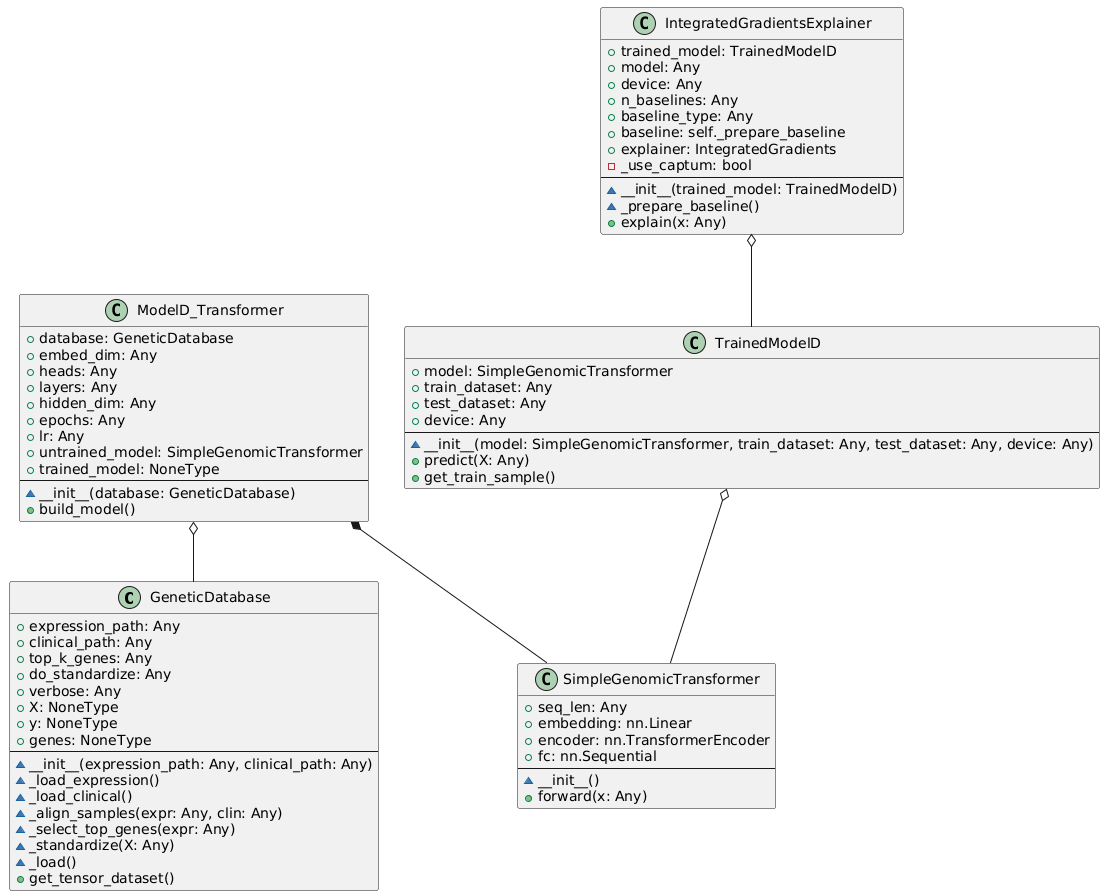
This is Other examples/Transformer + IG/genetic_ig_UMLOOModeler_diagram.png from miklotovx/UMLOOModeler, a PlantUML export, as it was before one commit.
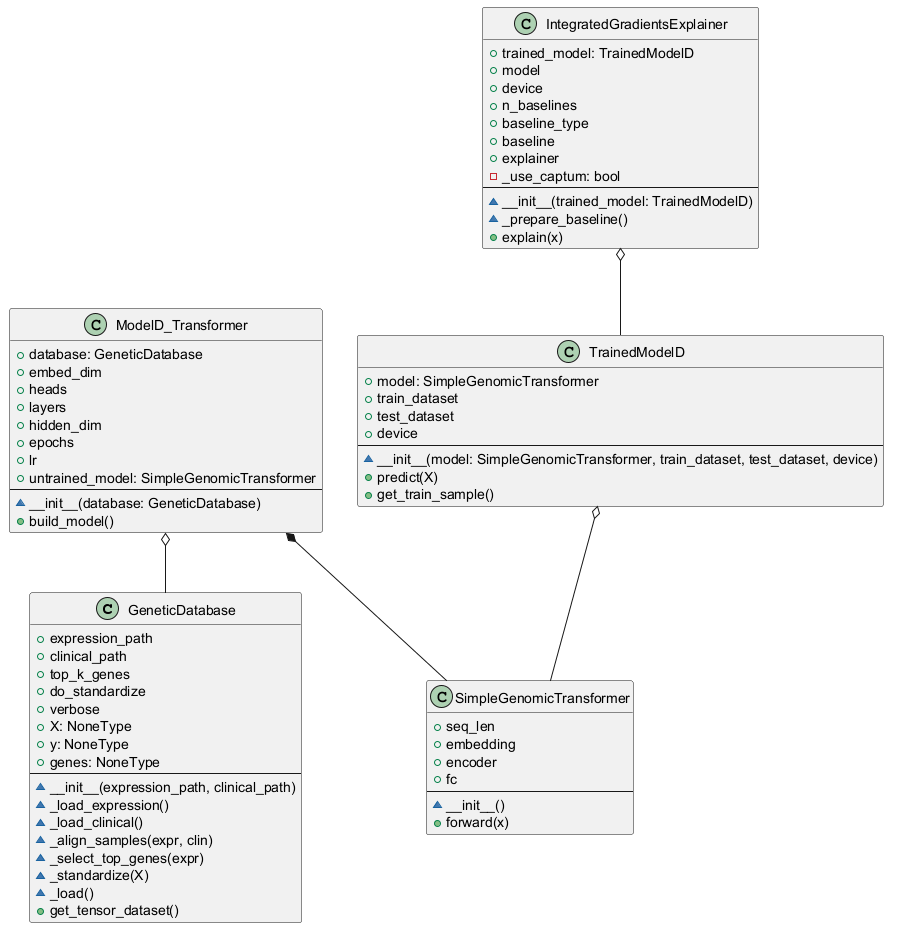
After the commit.

What changed in the source:
```diff
@@ -1,74 +1,73 @@
 @startuml
 
 class "GeneticDatabase" {
-  + expression_path: Any
-  + clinical_path: Any
-  + top_k_genes: Any
-  + do_standardize: Any
-  + verbose: Any
+  + expression_path
+  + clinical_path
+  + top_k_genes
+  + do_standardize
+  + verbose
   + X: NoneType
   + y: NoneType
   + genes: NoneType
   --
-  ~ __init__(expression_path: Any, clinical_path: Any)
+  ~ __init__(expression_path, clinical_path)
   ~ _load_expression()
   ~ _load_clinical()
-  ~ _align_samples(expr: Any, clin: Any)
-  ~ _select_top_genes(expr: Any)
-  ~ _standardize(X: Any)
+  ~ _align_samples(expr, clin)
+  ~ _select_top_genes(expr)
+  ~ _standardize(X)
   ~ _load()
   + get_tensor_dataset()
 }
 
 class "ModelD_Transformer" {
   + database: GeneticDatabase
-  + embed_dim: Any
-  + heads: Any
-  + layers: Any
-  + hidden_dim: Any
-  + epochs: Any
-  + lr: Any
+  + embed_dim
+  + heads
+  + layers
+  + hidden_dim
+  + epochs
+  + lr
   + untrained_model: SimpleGenomicTransformer
-  + trained_model: NoneType
   --
   ~ __init__(database: GeneticDatabase)
   + build_model()
 }
 
 class "SimpleGenomicTransformer" {
-  + seq_len: Any
-  + embedding: nn.Linear
-  + encoder: nn.TransformerEncoder
-  + fc: nn.Sequential
+  + seq_len
+  + embedding
+  + encoder
+  + fc
   --
   ~ __init__()
-  + forward(x: Any)
+  + forward(x)
 }
 
 class "TrainedModelD" {
   + model: SimpleGenomicTransformer
-  + train_dataset: Any
-  + test_dataset: Any
-  + device: Any
+  + train_dataset
+  + test_dataset
+  + device
   --
-  ~ __init__(model: SimpleGenomicTransformer, train_dataset: Any, test_dataset: Any, device: Any)
-  + predict(X: Any)
+  ~ __init__(model: SimpleGenomicTransformer, train_dataset, test_dataset, device)
+  + predict(X)
   + get_train_sample()
 }
 
 class "IntegratedGradientsExplainer" {
   + trained_model: TrainedModelD
-  + model: Any
-  + device: Any
-  + n_baselines: Any
-  + baseline_type: Any
-  + baseline: self._prepare_baseline
-  + explainer: IntegratedGradients
+  + model
+  + device
+  + n_baselines
+  + baseline_type
+  + baseline
+  + explainer
   - _use_captum: bool
   --
   ~ __init__(trained_model: TrainedModelD)
   ~ _prepare_baseline()
-  + explain(x: Any)
+  + explain(x)
 }
 
 ModelD_Transformer *-- SimpleGenomicTransformer
```
